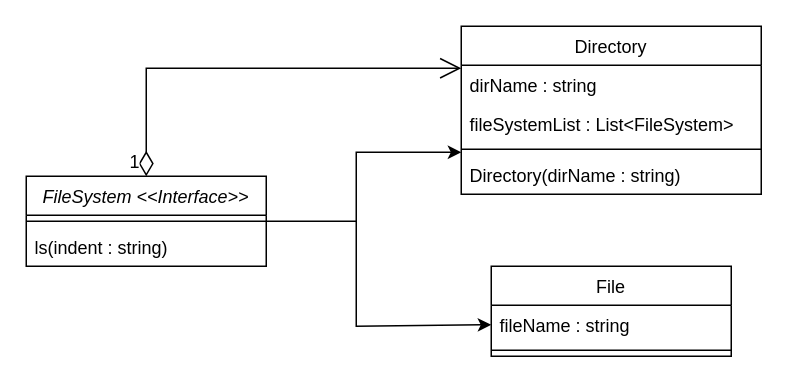
Above: umls/Composite.drawio in rishabmamgai/LLD (draw.io), before the change. Source tidied: cells renumbered, new cells numbered last; positions are measured from the earlier drawing's top-left corner, leaving out a move shared by most shapes. Both pictures are drawn from the tidied source at 150%, with x=0, y=0 at pixel (26, 26).
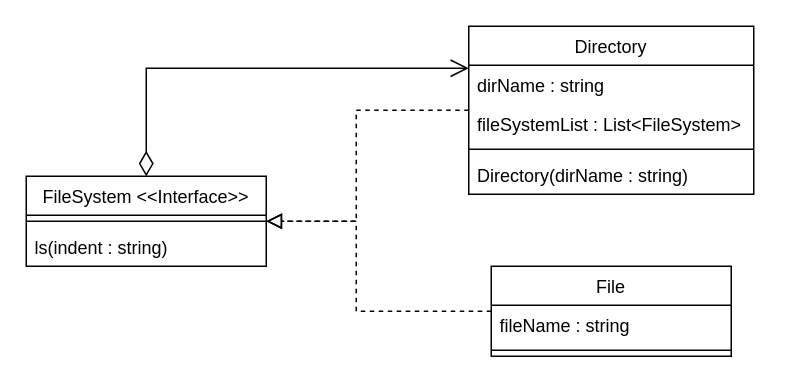
The same page after the edit.

Commit message (it also covers changes not shown here):
Updating Decorator, Composite, Proxy umls

Diff of the diagram source:
```diff
@@
 <mxGraphModel>
   <root>
     <mxCell id="0" />
     <mxCell id="1" parent="0" />
-    <mxCell id="2" value="FileSystem &lt;&lt;Interface&gt;&gt;" style="swimlane;fontStyle=2;align=center;verticalAlign=top;horizontal=1;startSize=26;rounded=0;shadow=0;strokeWidth=1;" parent="1" vertex="1">
+    <mxCell id="2" value="FileSystem &lt;&lt;Interface&gt;&gt;" style="swimlane;fontStyle=0;align=center;verticalAlign=top;horizontal=1;startSize=26;rounded=0;shadow=0;strokeWidth=1;" parent="1" vertex="1">
       <mxGeometry y="100" width="160" height="60" as="geometry" />
     </mxCell>
     <mxCell id="3" style="line;html=1;strokeWidth=1;align=left;verticalAlign=middle;spacingTop=-1;spacingLeft=3;spacingRight=3;labelPosition=right;" parent="2" vertex="1">
       <mxGeometry y="26" width="160" height="8" as="geometry" />
     </mxCell>
     <mxCell id="4" value="ls(indent : string)" style="text;align=left;verticalAlign=top;spacingLeft=4;spacingRight=4;overflow=hidden;" parent="2" vertex="1">
       <mxGeometry y="34" width="160" height="26" as="geometry" />
     </mxCell>
     <mxCell id="5" value="Directory" style="swimlane;fontStyle=0;align=center;verticalAlign=top;horizontal=1;startSize=26;rounded=0;shadow=0;strokeWidth=1;" parent="1" vertex="1">
-      <mxGeometry x="290" width="200" height="112" as="geometry" />
+      <mxGeometry x="295" width="190" height="112" as="geometry" />
     </mxCell>
     <mxCell id="6" value="dirName : string" style="text;align=left;verticalAlign=top;spacingLeft=4;spacingRight=4;overflow=hidden;" parent="5" vertex="1">
-      <mxGeometry y="26" width="200" height="26" as="geometry" />
+      <mxGeometry y="26" width="190" height="26" as="geometry" />
     </mxCell>
     <mxCell id="7" value="fileSystemList : List&lt;FileSystem&gt;" style="text;align=left;verticalAlign=top;spacingLeft=4;spacingRight=4;overflow=hidden;rounded=0;shadow=0;html=0;" parent="5" vertex="1">
-      <mxGeometry y="52" width="200" height="26" as="geometry" />
+      <mxGeometry y="52" width="190" height="26" as="geometry" />
     </mxCell>
     <mxCell id="8" style="line;html=1;strokeWidth=1;align=left;verticalAlign=middle;spacingTop=-1;spacingLeft=3;spacingRight=3;labelPosition=right;" parent="5" vertex="1">
-      <mxGeometry y="78" width="200" height="8" as="geometry" />
+      <mxGeometry y="78" width="190" height="8" as="geometry" />
     </mxCell>
     <mxCell id="9" value="Directory(dirName : string)" style="text;align=left;verticalAlign=top;spacingLeft=4;spacingRight=4;overflow=hidden;fontStyle=0;" parent="5" vertex="1">
-      <mxGeometry y="86" width="200" height="26" as="geometry" />
+      <mxGeometry y="86" width="190" height="26" as="geometry" />
     </mxCell>
     <mxCell id="10" value="File" style="swimlane;fontStyle=0;align=center;verticalAlign=top;horizontal=1;startSize=26;rounded=0;shadow=0;strokeWidth=1;" parent="1" vertex="1">
       <mxGeometry x="310" y="160" width="160" height="60" as="geometry" />
     </mxCell>
     <mxCell id="11" value="fileName : string" style="text;align=left;verticalAlign=top;spacingLeft=4;spacingRight=4;overflow=hidden;points=[[0,0.5],[1,0.5]];portConstraint=eastwest;" parent="10" vertex="1">
       <mxGeometry y="26" width="160" height="26" as="geometry" />
     </mxCell>
     <mxCell id="12" style="line;html=1;strokeWidth=1;align=left;verticalAlign=middle;spacingTop=-1;spacingLeft=3;spacingRight=3;labelPosition=right;" parent="10" vertex="1">
       <mxGeometry y="52" width="160" height="8" as="geometry" />
     </mxCell>
-    <mxCell id="13" style="endArrow=classic;html=1;rounded=0;entryX=0;entryY=0.5;entryDx=0;entryDy=0;exitX=1;exitY=0.5;exitDx=0;exitDy=0;" parent="1" edge="1" source="2" target="11">
+    <mxCell id="13" style="endArrow=block;html=1;rounded=0;entryX=1;entryY=0.5;entryDx=0;entryDy=0;exitX=0;exitY=0.5;exitDx=0;exitDy=0;dashed=1;endFill=0;endSize=8;" parent="1" edge="1" source="10" target="2">
       <mxGeometry relative="1" as="geometry">
         <Array as="points">
+          <mxPoint x="220" y="190" />
           <mxPoint x="220" y="130" />
-          <mxPoint x="220" y="200" />
         </Array>
       </mxGeometry>
     </mxCell>
-    <mxCell id="14" style="endArrow=classic;html=1;rounded=0;entryX=0;entryY=0.75;entryDx=0;entryDy=0;" parent="1" edge="1" target="5">
+    <mxCell id="14" style="endArrow=block;html=1;rounded=0;entryX=1;entryY=0.5;entryDx=0;entryDy=0;exitX=0;exitY=0.5;exitDx=0;exitDy=0;endFill=0;dashed=1;endSize=8;" parent="1" edge="1" source="5" target="2">
       <mxGeometry relative="1" as="geometry">
-        <mxPoint x="220" y="130" as="sourcePoint" />
         <Array as="points">
-          <mxPoint x="220" y="84" />
+          <mxPoint x="220" y="56" />
+          <mxPoint x="220" y="130" />
         </Array>
       </mxGeometry>
     </mxCell>
-    <mxCell id="15" value="1" style="endArrow=open;html=1;endSize=12;startArrow=diamondThin;startSize=14;startFill=0;edgeStyle=orthogonalEdgeStyle;align=right;verticalAlign=bottom;rounded=0;exitX=0.5;exitY=0;exitDx=0;exitDy=0;entryX=0;entryY=0.25;entryDx=0;entryDy=0;labelPosition=left;verticalLabelPosition=top;fontSize=12;" parent="1" edge="1" source="2" target="5">
+    <mxCell id="15" style="endArrow=open;html=1;endSize=10;startArrow=diamondThin;startSize=14;startFill=0;edgeStyle=orthogonalEdgeStyle;align=right;verticalAlign=bottom;rounded=0;exitX=0.5;exitY=0;exitDx=0;exitDy=0;entryX=0;entryY=0.25;entryDx=0;entryDy=0;labelPosition=left;verticalLabelPosition=top;fontSize=12;" parent="1" edge="1" source="2" target="5">
       <mxGeometry x="-1" y="3" relative="1" as="geometry" />
     </mxCell>
   </root>
 </mxGraphModel>
```
